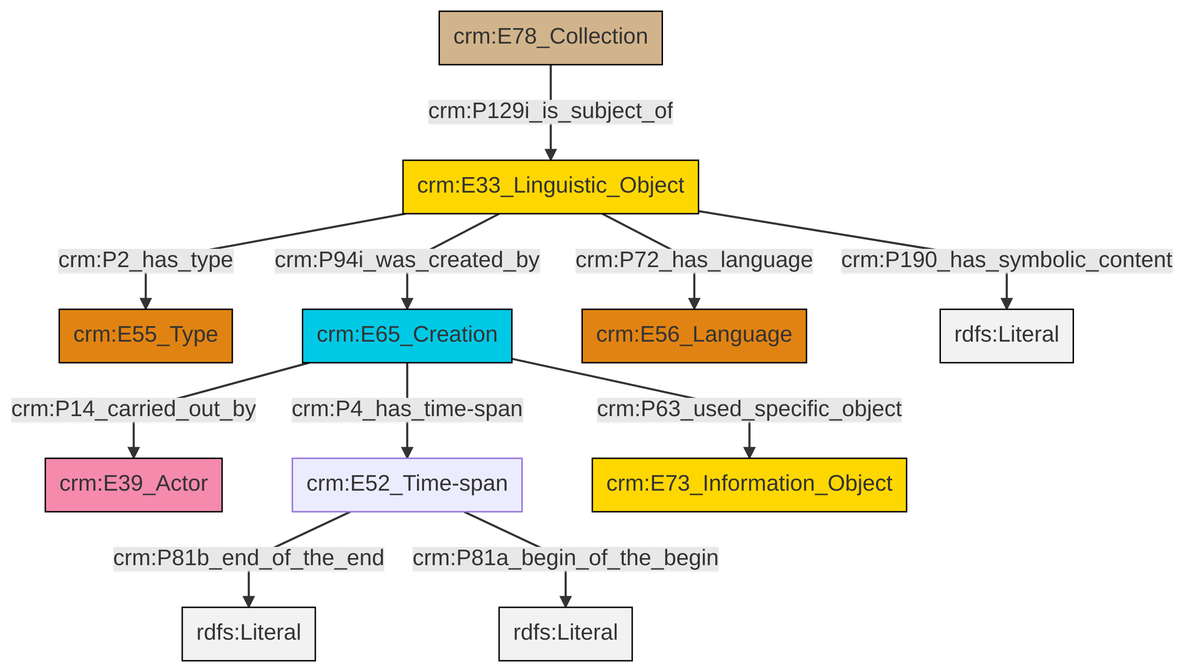
The Mermaid diagram et/archivalCSV/ttl/mmd/png/archival_desc.png in swiss-art-research-net/docs.swissartresearch, before a commit. Its source is kept beside it as et/archivalCSV/ttl/mmd/archival_desc.ttl.mmd.
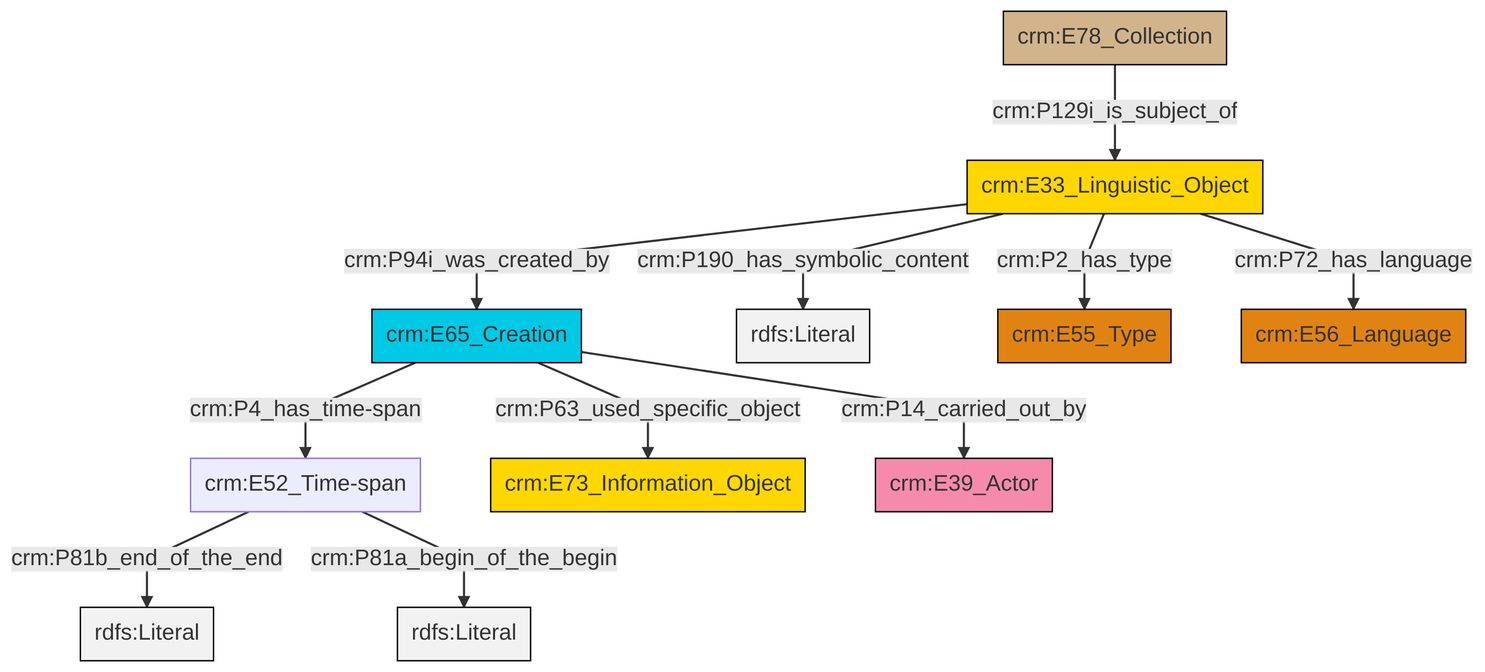
The same diagram one commit later.

The edit, as a diff of the source:
```diff
@@ -13,13 +13,13 @@
 classDef PC_Classes fill:#4ce600, stroke:#000000;
 classDef Multi fill:#cccccc,stroke:#000000;
 
-4["crm:E65_Creation"]:::Temporal_Entity -->|crm:P4_has_time-span| 5["crm:E52_Time-span"]:::Default
-5["crm:E52_Time-span"]:::Default -->|crm:P81b_end_of_the_end| 6[rdfs:Literal]:::Literal
-4["crm:E65_Creation"]:::Temporal_Entity -->|crm:P63_used_specific_object| 10["crm:E73_Information_Object"]:::Conceptual_Object
-5["crm:E52_Time-span"]:::Default -->|crm:P81a_begin_of_the_begin| 15[rdfs:Literal]:::Literal
-13["crm:E33_Linguistic_Object"]:::Conceptual_Object -->|crm:P190_has_symbolic_content| 16[rdfs:Literal]:::Literal
-4["crm:E65_Creation"]:::Temporal_Entity -->|crm:P14_carried_out_by| 2["crm:E39_Actor"]:::Actor
-13["crm:E33_Linguistic_Object"]:::Conceptual_Object -->|crm:P2_has_type| 0["crm:E55_Type"]:::Type
-11["crm:E78_Collection"]:::Physical_Thing -->|crm:P129i_is_subject_of| 13["crm:E33_Linguistic_Object"]:::Conceptual_Object
-13["crm:E33_Linguistic_Object"]:::Conceptual_Object -->|crm:P72_has_language| 8["crm:E56_Language"]:::Type
-13["crm:E33_Linguistic_Object"]:::Conceptual_Object -->|crm:P94i_was_created_by| 4["crm:E65_Creation"]:::Temporal_Entity
+2["crm:E33_Linguistic_Object"]:::Conceptual_Object -->|crm:P190_has_symbolic_content| 4[rdfs:Literal]:::Literal
+2["crm:E33_Linguistic_Object"]:::Conceptual_Object -->|crm:P2_has_type| 5["crm:E55_Type"]:::Type
+2["crm:E33_Linguistic_Object"]:::Conceptual_Object -->|crm:P94i_was_created_by| 0["crm:E65_Creation"]:::Temporal_Entity
+0["crm:E65_Creation"]:::Temporal_Entity -->|crm:P4_has_time-span| 6["crm:E52_Time-span"]:::Default
+10["crm:E78_Collection"]:::Physical_Thing -->|crm:P129i_is_subject_of| 2["crm:E33_Linguistic_Object"]:::Conceptual_Object
+0["crm:E65_Creation"]:::Temporal_Entity -->|crm:P63_used_specific_object| 8["crm:E73_Information_Object"]:::Conceptual_Object
+6["crm:E52_Time-span"]:::Default -->|crm:P81b_end_of_the_end| 12[rdfs:Literal]:::Literal
+0["crm:E65_Creation"]:::Temporal_Entity -->|crm:P14_carried_out_by| 13["crm:E39_Actor"]:::Actor
+6["crm:E52_Time-span"]:::Default -->|crm:P81a_begin_of_the_begin| 16[rdfs:Literal]:::Literal
+2["crm:E33_Linguistic_Object"]:::Conceptual_Object -->|crm:P72_has_language| 17["crm:E56_Language"]:::Type
```
